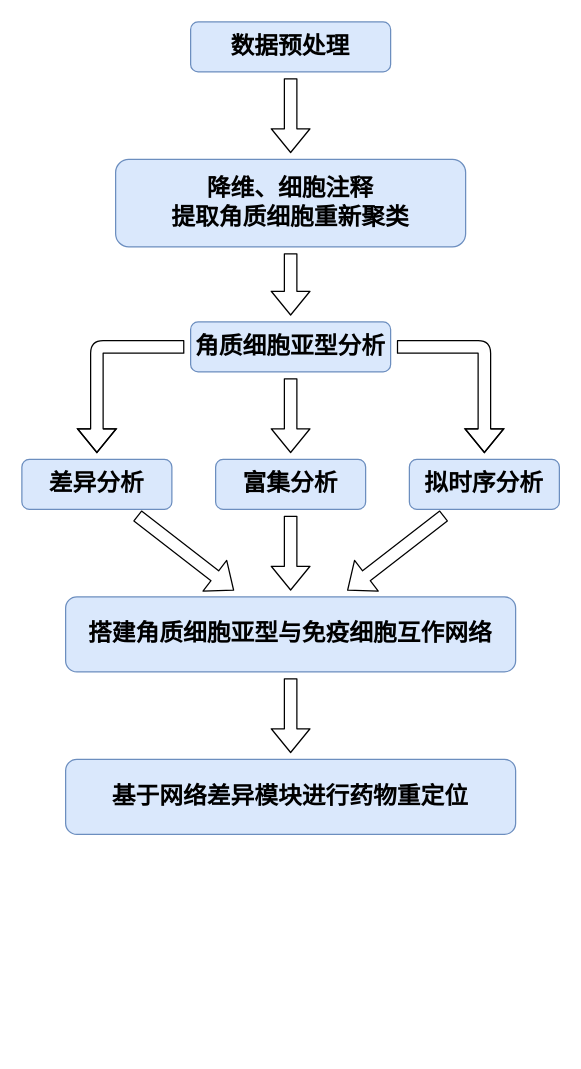
This is 未命名绘图.drawio from Laijiyin/siteproxy, a draw.io file, before an edit. Source tidied: cells renumbered, new cells numbered last; positions are measured from the earlier drawing's top-left corner, leaving out a move shared by most shapes. Both pictures are drawn from the tidied source at 125%, with x=0, y=0 at pixel (21, 21).
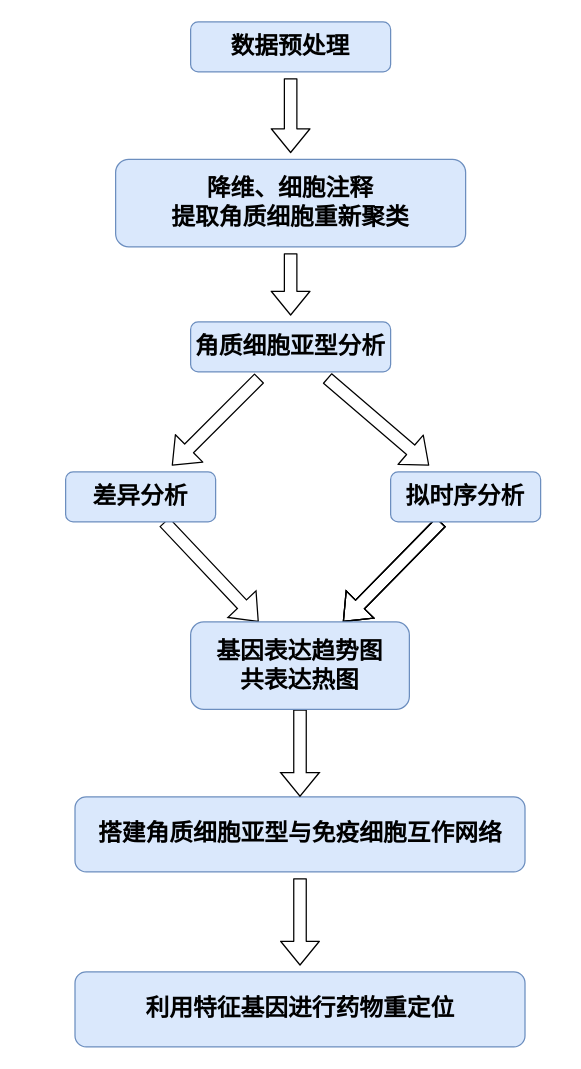
The same diagram, later.

Commit message:
未命名绘图.drawio

What changed in the source:
```diff
@@
 <mxGraphModel>
   <root>
     <mxCell id="0" />
     <mxCell id="1" parent="0" />
     <mxCell id="2" style="edgeStyle=orthogonalEdgeStyle;shape=flexArrow;rounded=1;jettySize=auto;html=1;strokeColor=default;strokeWidth=1;fontFamily=Helvetica;fontSize=19;sourcePerimeterSpacing=5;targetPerimeterSpacing=5;fillColor=none;elbow=vertical;" parent="1" edge="1" source="3" target="18">
       <mxGeometry relative="1" as="geometry" />
     </mxCell>
     <mxCell id="3" value="&lt;b&gt;&lt;font style=&quot;font-size: 19px;&quot;&gt;数据预处理&lt;/font&gt;&lt;/b&gt;" style="rounded=1;whiteSpace=wrap;html=1;strokeColor=#6c8ebf;fillColor=#dae8fc;" parent="1" vertex="1">
       <mxGeometry x="135" width="160" height="40" as="geometry" />
     </mxCell>
-    <mxCell id="4" style="shape=flexArrow;rounded=1;jettySize=auto;html=1;strokeColor=default;strokeWidth=1;fontFamily=Helvetica;fontSize=19;sourcePerimeterSpacing=5;targetPerimeterSpacing=5;fillColor=none;edgeStyle=orthogonalEdgeStyle;elbow=vertical;" parent="1" edge="1" source="7" target="12">
+    <mxCell id="4" style="shape=flexArrow;rounded=1;jettySize=auto;html=1;strokeColor=default;strokeWidth=1;fontFamily=Helvetica;fontSize=19;sourcePerimeterSpacing=5;targetPerimeterSpacing=5;fillColor=none;elbow=vertical;" parent="1" edge="1" source="7" target="12">
       <mxGeometry relative="1" as="geometry" />
     </mxCell>
-    <mxCell id="5" style="edgeStyle=orthogonalEdgeStyle;shape=flexArrow;rounded=1;jettySize=auto;html=1;strokeColor=default;strokeWidth=1;fontFamily=Helvetica;fontSize=19;sourcePerimeterSpacing=5;targetPerimeterSpacing=5;fillColor=none;" parent="1" edge="1" source="7" target="14">
+    <mxCell id="5" style="shape=flexArrow;rounded=1;jettySize=auto;html=1;strokeColor=default;strokeWidth=1;fontFamily=Helvetica;fontSize=19;sourcePerimeterSpacing=5;targetPerimeterSpacing=5;fillColor=none;" parent="1" edge="1" source="7" target="14">
       <mxGeometry relative="1" as="geometry" />
     </mxCell>
-    <mxCell id="6" style="edgeStyle=none;shape=flexArrow;rounded=1;jettySize=auto;html=1;strokeColor=default;strokeWidth=1;fontFamily=Helvetica;fontSize=19;sourcePerimeterSpacing=5;targetPerimeterSpacing=5;fillColor=none;" parent="1" edge="1" source="7" target="16">
-      <mxGeometry relative="1" as="geometry" />
-    </mxCell>
     <mxCell id="7" value="&lt;b style=&quot;&quot;&gt;&lt;font style=&quot;font-size: 19px;&quot;&gt;角质细胞亚型分析&lt;/font&gt;&lt;br&gt;&lt;/b&gt;" style="rounded=1;whiteSpace=wrap;html=1;strokeColor=#6c8ebf;fillColor=#dae8fc;" parent="1" vertex="1">
       <mxGeometry x="135" y="240" width="160" height="40" as="geometry" />
     </mxCell>
     <mxCell id="8" style="edgeStyle=none;shape=flexArrow;rounded=1;jettySize=auto;html=1;strokeColor=default;strokeWidth=1;fontFamily=Helvetica;fontSize=19;sourcePerimeterSpacing=5;targetPerimeterSpacing=5;fillColor=none;" parent="1" edge="1" source="9" target="10">
       <mxGeometry relative="1" as="geometry" />
     </mxCell>
     <mxCell id="9" value="&lt;font style=&quot;font-size: 19px;&quot;&gt;&lt;b&gt;搭建角质细胞亚型与免疫细胞互作网络&lt;/b&gt;&lt;/font&gt;" style="whiteSpace=wrap;html=1;fillColor=#dae8fc;strokeColor=#6c8ebf;rounded=1;" parent="1" vertex="1">
-      <mxGeometry x="35" y="460" width="360" height="60" as="geometry" />
+      <mxGeometry x="42.5" y="620" width="360" height="60" as="geometry" />
     </mxCell>
-    <mxCell id="10" value="基于网络差异模块进行药物重定位" style="whiteSpace=wrap;html=1;fillColor=#dae8fc;strokeColor=#6c8ebf;rounded=1;fontStyle=1;fontSize=19;" parent="1" vertex="1">
-      <mxGeometry x="35" y="590" width="360" height="60" as="geometry" />
+    <mxCell id="10" value="利用特征基因进行药物重定位" style="whiteSpace=wrap;html=1;fillColor=#dae8fc;strokeColor=#6c8ebf;rounded=1;fontStyle=1;fontSize=19;" parent="1" vertex="1">
+      <mxGeometry x="42.5" y="760" width="360" height="60" as="geometry" />
     </mxCell>
-    <mxCell id="11" style="edgeStyle=none;shape=flexArrow;rounded=1;jettySize=auto;html=1;strokeColor=default;strokeWidth=1;fontFamily=Helvetica;fontSize=19;sourcePerimeterSpacing=5;targetPerimeterSpacing=5;fillColor=none;elbow=vertical;" parent="1" edge="1" source="12" target="9">
-      <mxGeometry relative="1" as="geometry" />
-    </mxCell>
+    <mxCell id="19" style="rounded=0;jettySize=auto;html=1;fontFamily=Helvetica;fontSize=19;shape=flexArrow;" parent="1" edge="1" source="12" target="24">
+      <mxGeometry relative="1" as="geometry" />
+    </mxCell>
     <mxCell id="12" value="&lt;b&gt;&lt;font style=&quot;font-size: 19px;&quot;&gt;差异分析&lt;/font&gt;&lt;/b&gt;" style="whiteSpace=wrap;html=1;fillColor=#dae8fc;strokeColor=#6c8ebf;rounded=1;" parent="1" vertex="1">
-      <mxGeometry y="350" width="120" height="40" as="geometry" />
+      <mxGeometry x="35" y="360" width="120" height="40" as="geometry" />
     </mxCell>
-    <mxCell id="13" style="edgeStyle=none;shape=flexArrow;rounded=1;jettySize=auto;html=1;strokeColor=default;strokeWidth=1;fontFamily=Helvetica;fontSize=19;sourcePerimeterSpacing=5;targetPerimeterSpacing=5;fillColor=none;elbow=vertical;" parent="1" edge="1" source="14" target="9">
-      <mxGeometry relative="1" as="geometry" />
-    </mxCell>
+    <mxCell id="20" style="edgeStyle=none;shape=flexArrow;rounded=0;jettySize=auto;html=1;fontFamily=Helvetica;fontSize=19;" parent="1" edge="1" source="14" target="24">
+      <mxGeometry relative="1" as="geometry" />
+    </mxCell>
+    <mxCell id="21" style="edgeStyle=none;shape=flexArrow;rounded=0;jettySize=auto;html=1;fontFamily=Helvetica;fontSize=19;" parent="1" edge="1" source="14" target="24">
+      <mxGeometry relative="1" as="geometry" />
+    </mxCell>
+    <mxCell id="22" style="edgeStyle=none;shape=flexArrow;rounded=0;jettySize=auto;html=1;fontFamily=Helvetica;fontSize=19;" parent="1" edge="1" source="14" target="24">
+      <mxGeometry relative="1" as="geometry" />
+    </mxCell>
     <mxCell id="14" value="&lt;b&gt;&lt;font style=&quot;font-size: 19px;&quot;&gt;拟时序分析&lt;/font&gt;&lt;/b&gt;" style="whiteSpace=wrap;html=1;fillColor=#dae8fc;strokeColor=#6c8ebf;rounded=1;" parent="1" vertex="1">
-      <mxGeometry x="310" y="350" width="120" height="40" as="geometry" />
+      <mxGeometry x="295" y="360" width="120" height="40" as="geometry" />
     </mxCell>
-    <mxCell id="15" style="edgeStyle=none;shape=flexArrow;rounded=1;jettySize=auto;html=1;strokeColor=default;strokeWidth=1;fontFamily=Helvetica;fontSize=19;sourcePerimeterSpacing=5;targetPerimeterSpacing=5;fillColor=none;elbow=vertical;" parent="1" edge="1" source="16" target="9">
-      <mxGeometry relative="1" as="geometry" />
-    </mxCell>
-    <mxCell id="16" value="&lt;b&gt;&lt;font style=&quot;font-size: 19px;&quot;&gt;富集分析&lt;/font&gt;&lt;/b&gt;" style="whiteSpace=wrap;html=1;fillColor=#dae8fc;strokeColor=#6c8ebf;rounded=1;" parent="1" vertex="1">
-      <mxGeometry x="155" y="350" width="120" height="40" as="geometry" />
-    </mxCell>
     <mxCell id="17" style="shape=flexArrow;rounded=1;jettySize=auto;html=1;strokeColor=default;strokeWidth=1;fontFamily=Helvetica;fontSize=19;sourcePerimeterSpacing=5;targetPerimeterSpacing=5;fillColor=none;elbow=vertical;" parent="1" edge="1" source="18" target="7">
       <mxGeometry relative="1" as="geometry" />
     </mxCell>
     <mxCell id="18" value="&lt;span style=&quot;font-size: 19px;&quot;&gt;&lt;b&gt;降维、细胞注释&lt;br&gt;提取角质细胞重新聚类&lt;br&gt;&lt;/b&gt;&lt;/span&gt;" style="rounded=1;whiteSpace=wrap;html=1;strokeColor=#6c8ebf;fillColor=#dae8fc;" parent="1" vertex="1">
       <mxGeometry x="75" y="110" width="280" height="70" as="geometry" />
     </mxCell>
+    <mxCell id="23" style="edgeStyle=none;shape=flexArrow;rounded=0;jettySize=auto;html=1;fontFamily=Helvetica;fontSize=19;" parent="1" edge="1" source="24" target="9">
+      <mxGeometry relative="1" as="geometry" />
+    </mxCell>
+    <mxCell id="24" value="&lt;font style=&quot;font-size: 19px;&quot;&gt;&lt;b&gt;基因表达趋势图&lt;br&gt;共表达热图&lt;br&gt;&lt;/b&gt;&lt;/font&gt;" style="whiteSpace=wrap;html=1;fillColor=#dae8fc;strokeColor=#6c8ebf;rounded=1;" parent="1" vertex="1">
+      <mxGeometry x="135" y="480" width="175" height="70" as="geometry" />
+    </mxCell>
   </root>
 </mxGraphModel>
```
